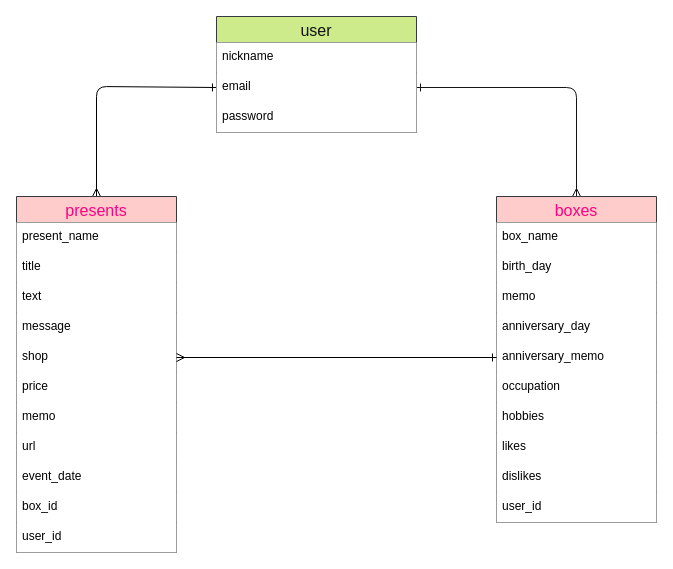
The draw.io diagram table.dio in samaimo/presentbox, before the edit. Source tidied: cells renumbered, new cells numbered last; positions are measured from the earlier drawing's top-left corner, leaving out a move shared by most shapes. Both pictures are drawn from the tidied source at 100%, with x=0, y=0 at pixel (16, 16).
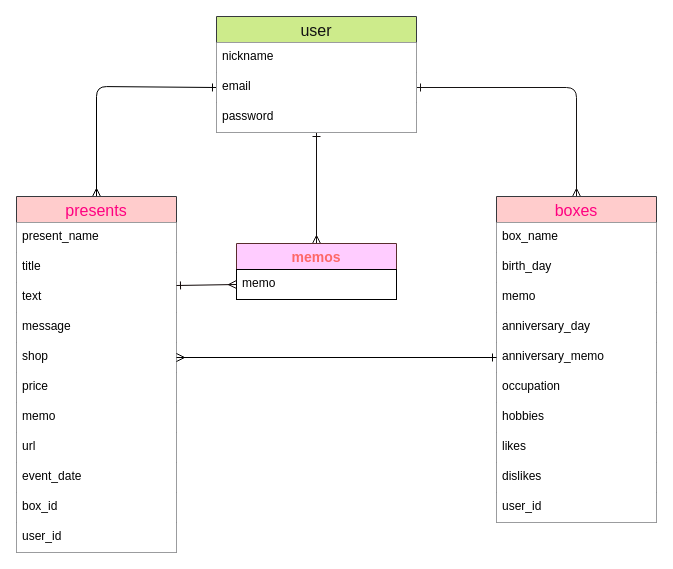
The same diagram, later.

Unchanged cells that the change refers to:
```xml
<mxCell id="3" value="presents" style="swimlane;fontStyle=0;horizontal=1;startSize=26;align=center;fontSize=16;labelBorderColor=none;fillColor=#ffcccc;strokeColor=#36393d;rounded=0;labelBackgroundColor=none;fontColor=#FF0080;strokeWidth=1;" parent="1" vertex="1">
  <mxGeometry y="180" width="160" height="356" as="geometry" />
</mxCell>
<mxCell id="27" value="user" style="swimlane;fontStyle=0;horizontal=1;startSize=26;align=center;fontSize=16;labelBorderColor=none;fillColor=#cdeb8b;strokeColor=#36393d;rounded=0;labelBackgroundColor=none;fontColor=#121212;" parent="1" vertex="1">
  <mxGeometry x="200" width="200" height="116" as="geometry" />
</mxCell>
```

What changed in the source:
```diff
@@
+    <mxCell id="32" style="edgeStyle=none;html=1;exitX=0.5;exitY=1;exitDx=0;exitDy=0;entryX=0.5;entryY=0;entryDx=0;entryDy=0;fontColor=#030202;strokeColor=#120d0d;startArrow=ERone;startFill=0;endArrow=ERmany;endFill=0;" parent="1" edge="1" source="27" target="33">
+      <mxGeometry relative="1" as="geometry" />
+    </mxCell>
@@
+    <mxCell id="33" value="memos" style="swimlane;fontStyle=1;horizontal=1;startSize=26;align=center;fontSize=14;strokeColor=#592c2c;fillColor=#FFCCFF;fontColor=#fd6868;" parent="1" vertex="1">
+      <mxGeometry x="220" y="227" width="160" height="56" as="geometry" />
+    </mxCell>
+    <mxCell id="34" value="memo" style="text;strokeColor=#000000;fillColor=none;spacingLeft=4;spacingRight=4;overflow=hidden;points=[[0,0.5],[1,0.5]];portConstraint=eastwest;fontSize=12;fontColor=#030202;" parent="33" vertex="1">
+      <mxGeometry y="26" width="160" height="30" as="geometry" />
+    </mxCell>
+    <mxCell id="35" style="edgeStyle=none;html=1;exitX=0;exitY=0.5;exitDx=0;exitDy=0;entryX=1;entryY=0.25;entryDx=0;entryDy=0;fontColor=#030202;strokeColor=#0f0606;startArrow=ERmany;startFill=0;endArrow=ERone;endFill=0;" parent="1" edge="1" source="34" target="3">
+      <mxGeometry relative="1" as="geometry" />
+    </mxCell>
```
